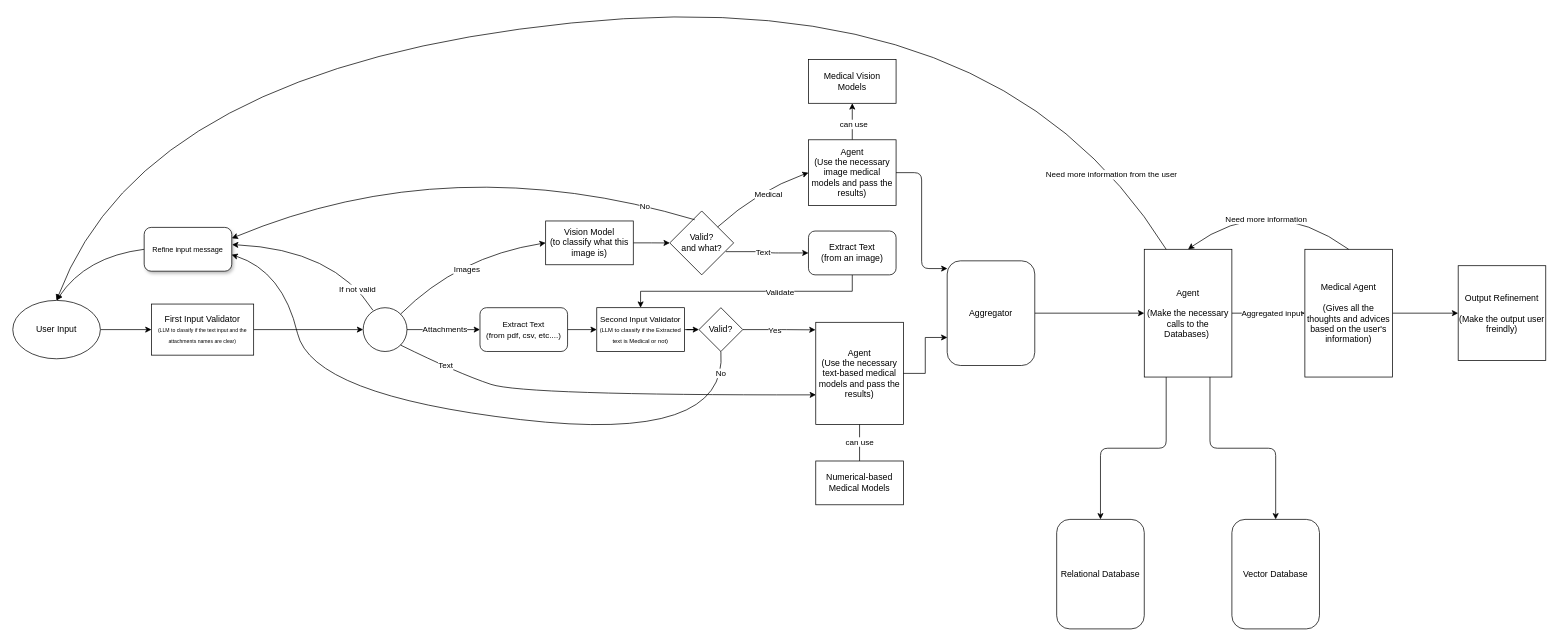
Health-Agentic-AI/Health-Navigator keeps this draw.io diagram as Workflow Diagram/Health-Navigator workflow diagram.drawio. Above is the earlier version. Source tidied: cells renumbered, new cells numbered last; positions are measured from the earlier drawing's top-left corner, leaving out a move shared by most shapes. Both pictures are drawn from the tidied source at 73%, with x=0, y=0 at pixel (12, -21).
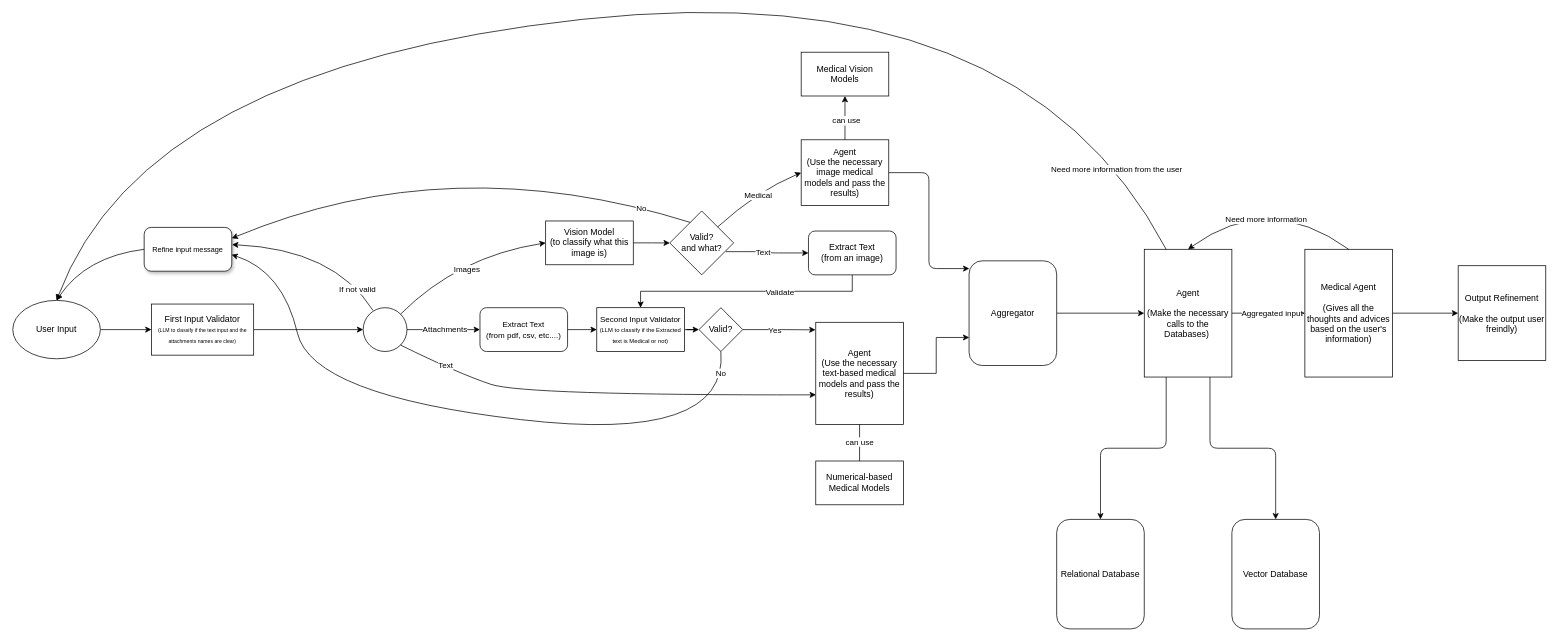
The same page after the edit.

The change refers to these unchanged cells:
```xml
<mxCell id="3" value="User Input" style="ellipse;whiteSpace=wrap;html=1;rounded=0;" parent="1" vertex="1">
  <mxGeometry y="440" width="120" height="80" as="geometry" />
</mxCell>
<mxCell id="12" value="&lt;span style=&quot;font-size: 10px;&quot;&gt;Refine input message&lt;/span&gt;" style="rounded=1;whiteSpace=wrap;html=1;direction=east;gradientColor=none;arcSize=16;shadow=1;glass=0;" parent="1" vertex="1">
  <mxGeometry x="180" y="340" width="120" height="60" as="geometry" />
</mxCell>
<mxCell id="21" value="Valid?&lt;div&gt;and what?&lt;/div&gt;" style="rhombus;whiteSpace=wrap;html=1;rounded=0;" parent="1" vertex="1">
  <mxGeometry x="900" y="317.5" width="87.5" height="87.5" as="geometry" />
</mxCell>
<mxCell id="41" style="curved=1;endArrow=classic;html=1;exitX=1;exitY=0;exitDx=0;exitDy=0;entryX=0;entryY=0.5;entryDx=0;entryDy=0;" parent="1" edge="1" source="21" target="26">
  <mxGeometry relative="1" as="geometry">
    <Array as="points">
      <mxPoint x="1020" y="290" />
    </Array>
  </mxGeometry>
</mxCell>
<mxCell id="48" value="Agent&lt;div&gt;&lt;br&gt;&lt;div&gt;(Make the&amp;nbsp;necessary calls to the Databases)&amp;nbsp;&lt;/div&gt;&lt;/div&gt;" style="rounded=0;whiteSpace=wrap;html=1;" parent="1" vertex="1">
  <mxGeometry x="1550" y="370" width="120" height="175" as="geometry" />
</mxCell>
```

The edit, as a diff of the source:
```diff
@@
     <mxCell id="26" value="Agent&lt;div&gt;(Use the necessary image medical models and pass the results)&lt;/div&gt;" style="whiteSpace=wrap;html=1;rounded=0;" parent="1" vertex="1">
-      <mxGeometry x="1090" y="220" width="120" height="90" as="geometry" />
+      <mxGeometry x="1080" y="220" width="120" height="90" as="geometry" />
     </mxCell>
-    <mxCell id="27" style="curved=1;endArrow=classic;html=1;entryX=1;entryY=0.25;entryDx=0;entryDy=0;exitX=0.39;exitY=0.137;exitDx=0;exitDy=0;exitPerimeter=0;" parent="1" edge="1" source="21" target="12">
+    <mxCell id="27" style="curved=1;endArrow=classic;html=1;entryX=1;entryY=0.25;entryDx=0;entryDy=0;exitX=0.32;exitY=0.179;exitDx=0;exitDy=0;exitPerimeter=0;" parent="1" edge="1" source="21" target="12">
       <mxGeometry relative="1" as="geometry">
         <Array as="points">
           <mxPoint x="600" y="230" />
         </Array>
       </mxGeometry>
     </mxCell>
@@
     <mxCell id="37" value="Aggregator" style="rounded=1;whiteSpace=wrap;html=1;glass=0;" parent="1" vertex="1">
-      <mxGeometry x="1280" y="385.8" width="120" height="143.4" as="geometry" />
+      <mxGeometry x="1310" y="385.8" width="120" height="143.4" as="geometry" />
     </mxCell>
@@
     <mxCell id="42" value="Medical" style="edgeLabel;html=1;align=center;verticalAlign=middle;" parent="41" vertex="1">
-      <mxGeometry x="0.17" y="-9" relative="1" as="geometry" />
+      <mxGeometry x="0.17" y="-9" relative="1" as="geometry">
+        <mxPoint x="-10" as="offset" />
+      </mxGeometry>
     </mxCell>
@@
     <mxCell id="61" style="curved=1;endArrow=classic;html=1;rounded=0;exitX=0.25;exitY=0;exitDx=0;exitDy=0;entryX=0.5;entryY=0;entryDx=0;entryDy=0;" parent="1" edge="1" source="48" target="3">
       <mxGeometry relative="1" as="geometry">
         <Array as="points">
-          <mxPoint x="1350" />
+          <mxPoint x="1380" y="-10" />
           <mxPoint x="180" y="120" />
         </Array>
       </mxGeometry>
     </mxCell>
@@
     <mxCell id="63" value="Medical Vision Models" style="whiteSpace=wrap;html=1;rounded=0;" parent="1" vertex="1">
-      <mxGeometry x="1090" y="110" width="120" height="60" as="geometry" />
+      <mxGeometry x="1080" y="100" width="120" height="60" as="geometry" />
     </mxCell>
```
